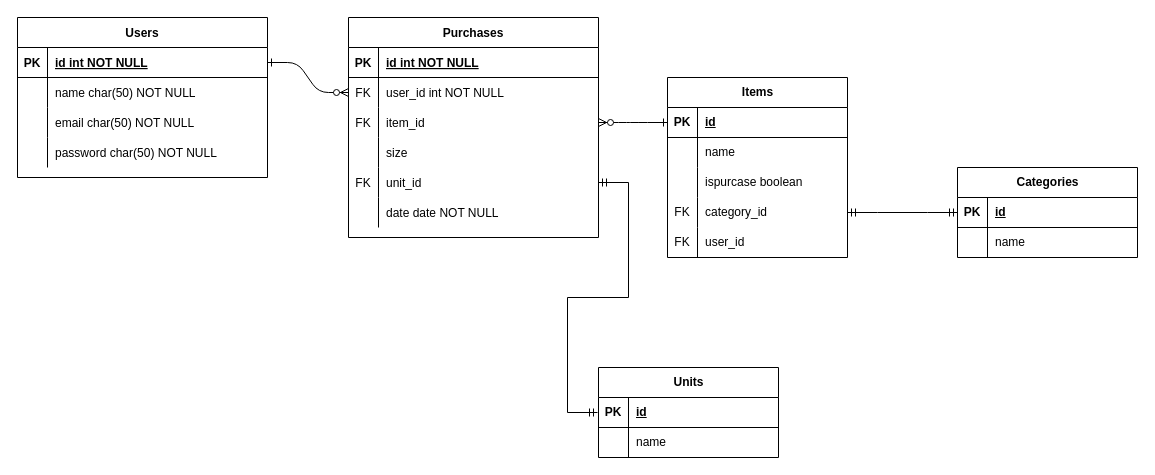
Earlier version of the draw.io diagram ER図.drawio (hideyukihu/kiraku). Source tidied: cells renumbered, new cells numbered last; positions are measured from the earlier drawing's top-left corner, leaving out a move shared by most shapes. Both pictures are drawn from the tidied source at 100%, with x=0, y=0 at pixel (17, 17).
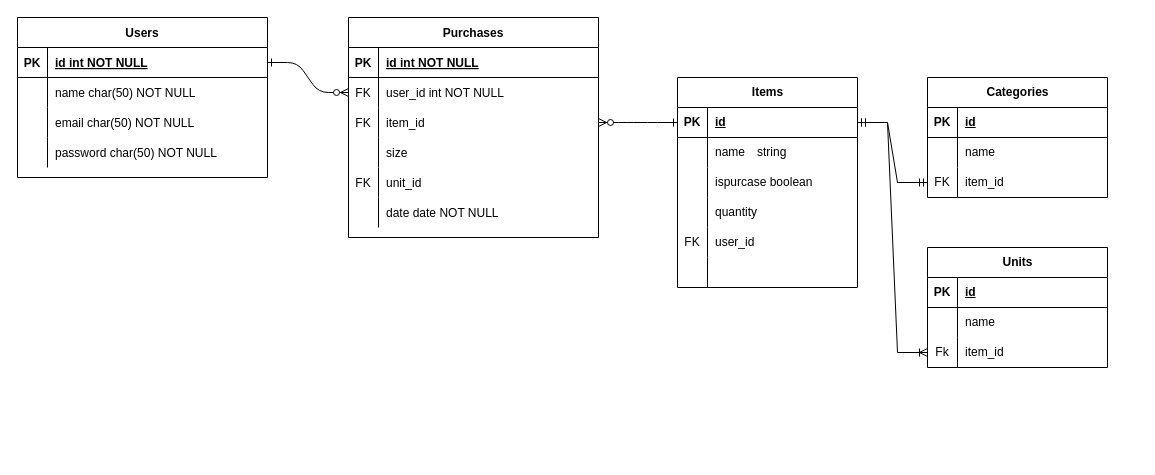
The same diagram, later.

The change refers to these unchanged cells:
```xml
<mxCell id="16" style="shape=partialRectangle;fillColor=none;points=[[0,0.5],[1,0.5]];portConstraint=eastwest;top=0;left=0;right=0;bottom=0;" parent="3" vertex="1">
  <mxGeometry y="150" width="250" height="30" as="geometry" />
</mxCell>
<mxCell id="36" style="shape=tableRow;horizontal=0;startSize=0;swimlaneHead=0;swimlaneBody=0;fillColor=none;points=[[0,0.5],[1,0.5]];portConstraint=eastwest;top=0;left=0;right=0;bottom=1;" parent="35" vertex="1">
  <mxGeometry y="30" width="180" height="30" as="geometry" />
</mxCell>
<mxCell id="39" style="shape=tableRow;horizontal=0;startSize=0;swimlaneHead=0;swimlaneBody=0;fillColor=none;top=0;left=0;right=0;bottom=0;" parent="35" vertex="1">
  <mxGeometry y="60" width="180" height="30" as="geometry" />
</mxCell>
<mxCell id="45" style="shape=tableRow;horizontal=0;startSize=0;swimlaneHead=0;swimlaneBody=0;fillColor=none;points=[[0,0.5],[1,0.5]];portConstraint=eastwest;top=0;left=0;right=0;bottom=0;" parent="35" vertex="1">
  <mxGeometry y="120" width="180" height="30" as="geometry" />
</mxCell>
<mxCell id="60" style="shape=tableRow;horizontal=0;startSize=0;swimlaneHead=0;swimlaneBody=0;fillColor=none;points=[[0,0.5],[1,0.5]];portConstraint=eastwest;top=0;left=0;right=0;bottom=1;" parent="59" vertex="1">
  <mxGeometry y="30" width="180" height="30" as="geometry" />
</mxCell>
```

Change to the diagram source:
```diff
@@
     <mxCell id="35" value="Items" style="shape=table;startSize=30;childLayout=tableLayout;rowLines=0;fontStyle=1;align=center;html=1;" parent="1" vertex="1">
-      <mxGeometry x="650" y="60" width="180" height="180" as="geometry" />
+      <mxGeometry x="660" y="60" width="180" height="210" as="geometry" />
     </mxCell>
@@
-    <mxCell id="41" value="name" style="shape=partialRectangle;fillColor=none;top=0;left=0;bottom=0;right=0;align=left;spacingLeft=6;overflow=hidden;whiteSpace=wrap;html=1;" parent="39" vertex="1">
+    <mxCell id="41" value="name　string" style="shape=partialRectangle;fillColor=none;top=0;left=0;bottom=0;right=0;align=left;spacingLeft=6;overflow=hidden;whiteSpace=wrap;html=1;" parent="39" vertex="1">
       <mxGeometry x="30" width="150" height="30" as="geometry" />
     </mxCell>
@@
-    <mxCell id="46" value="FK" style="shape=partialRectangle;fillColor=none;top=0;left=0;bottom=0;right=0;overflow=hidden;whiteSpace=wrap;html=1;" parent="45" vertex="1">
-      <mxGeometry width="30" height="30" as="geometry" />
-    </mxCell>
-    <mxCell id="47" value="category_id" style="shape=partialRectangle;fillColor=none;top=0;left=0;bottom=0;right=0;align=left;spacingLeft=6;overflow=hidden;whiteSpace=wrap;html=1;" parent="45" vertex="1">
-      <mxGeometry x="30" width="150" height="30" as="geometry" />
-    </mxCell>
+    <mxCell id="68" style="shape=partialRectangle;fillColor=none;top=0;left=0;bottom=0;right=0;overflow=hidden;whiteSpace=wrap;html=1;" parent="45" vertex="1">
+      <mxGeometry width="30" height="30" as="geometry" />
+    </mxCell>
+    <mxCell id="69" value="quantity" style="shape=partialRectangle;fillColor=none;top=0;left=0;bottom=0;right=0;align=left;spacingLeft=6;overflow=hidden;whiteSpace=wrap;html=1;" parent="45" vertex="1">
+      <mxGeometry x="30" width="150" height="30" as="geometry" />
+    </mxCell>
@@
+    <mxCell id="70" style="shape=tableRow;horizontal=0;startSize=0;swimlaneHead=0;swimlaneBody=0;fillColor=none;top=0;left=0;right=0;bottom=0;" parent="35" vertex="1">
+      <mxGeometry y="180" width="180" height="30" as="geometry" />
+    </mxCell>
+    <mxCell id="71" style="shape=partialRectangle;fillColor=none;top=0;left=0;bottom=0;right=0;overflow=hidden;whiteSpace=wrap;html=1;" parent="70" vertex="1">
+      <mxGeometry width="30" height="30" as="geometry" />
+    </mxCell>
+    <mxCell id="72" style="shape=partialRectangle;fillColor=none;top=0;left=0;bottom=0;right=0;align=left;spacingLeft=6;overflow=hidden;whiteSpace=wrap;html=1;" parent="70" vertex="1">
+      <mxGeometry x="30" width="150" height="30" as="geometry" />
+    </mxCell>
     <mxCell id="51" value="Units" style="shape=table;startSize=30;childLayout=tableLayout;rowLines=0;fontStyle=1;align=center;html=1;" parent="1" vertex="1">
-      <mxGeometry x="581" y="350" width="180" height="90" as="geometry" />
+      <mxGeometry x="910" y="230" width="180" height="120" as="geometry" />
     </mxCell>
@@
-    <mxCell id="58" style="edgeStyle=entityRelationEdgeStyle;fontSize=12;html=1;endArrow=ERmandOne;startArrow=ERmandOne;rounded=0;exitX=1;exitY=0.5;exitDx=0;exitDy=0;" parent="1" edge="1" source="16">
-      <mxGeometry relative="1" as="geometry">
-        <mxPoint x="580" y="395" as="targetPoint" />
-      </mxGeometry>
-    </mxCell>
+    <mxCell id="73" style="shape=tableRow;horizontal=0;startSize=0;swimlaneHead=0;swimlaneBody=0;fillColor=none;points=[[0,0.5],[1,0.5]];portConstraint=eastwest;top=0;left=0;right=0;bottom=0;" parent="51" vertex="1">
+      <mxGeometry y="90" width="180" height="30" as="geometry" />
+    </mxCell>
+    <mxCell id="74" value="Fk" style="shape=partialRectangle;fillColor=none;top=0;left=0;bottom=0;right=0;overflow=hidden;whiteSpace=wrap;html=1;" parent="73" vertex="1">
+      <mxGeometry width="30" height="30" as="geometry" />
+    </mxCell>
+    <mxCell id="75" value="item_id" style="shape=partialRectangle;fillColor=none;top=0;left=0;bottom=0;right=0;align=left;spacingLeft=6;overflow=hidden;whiteSpace=wrap;html=1;" parent="73" vertex="1">
+      <mxGeometry x="30" width="150" height="30" as="geometry" />
+    </mxCell>
     <mxCell id="59" value="Categories" style="shape=table;startSize=30;childLayout=tableLayout;rowLines=0;fontStyle=1;align=center;html=1;" parent="1" vertex="1">
-      <mxGeometry x="940" y="150" width="180" height="90" as="geometry" />
+      <mxGeometry x="910" y="60" width="180" height="120" as="geometry" />
     </mxCell>
@@
+    <mxCell id="76" style="shape=tableRow;horizontal=0;startSize=0;swimlaneHead=0;swimlaneBody=0;fillColor=none;points=[[0,0.5],[1,0.5]];portConstraint=eastwest;top=0;left=0;right=0;bottom=0;" parent="59" vertex="1">
+      <mxGeometry y="90" width="180" height="30" as="geometry" />
+    </mxCell>
+    <mxCell id="46" value="FK" style="shape=partialRectangle;fillColor=none;top=0;left=0;bottom=0;right=0;overflow=hidden;whiteSpace=wrap;html=1;" parent="76" vertex="1">
+      <mxGeometry width="30" height="30" as="geometry" />
+    </mxCell>
+    <mxCell id="77" value="item_id" style="shape=partialRectangle;fillColor=none;top=0;left=0;bottom=0;right=0;align=left;spacingLeft=6;overflow=hidden;whiteSpace=wrap;html=1;" parent="76" vertex="1">
+      <mxGeometry x="30" width="150" height="30" as="geometry" />
+    </mxCell>
-    <mxCell id="66" style="edgeStyle=entityRelationEdgeStyle;fontSize=12;html=1;endArrow=ERmandOne;startArrow=ERmandOne;rounded=0;" parent="1" edge="1" source="45" target="60">
+    <mxCell id="66" style="edgeStyle=entityRelationEdgeStyle;fontSize=12;html=1;endArrow=ERmandOne;startArrow=ERmandOne;rounded=0;entryX=0;entryY=0.5;entryDx=0;entryDy=0;exitX=1;exitY=0.5;exitDx=0;exitDy=0;" parent="1" edge="1" source="36" target="76">
       <mxGeometry relative="1" as="geometry" />
     </mxCell>
@@
+    <mxCell id="78" style="edgeStyle=entityRelationEdgeStyle;fontSize=12;html=1;endArrow=ERoneToMany;startArrow=ERmandOne;rounded=0;exitX=1;exitY=0.5;exitDx=0;exitDy=0;entryX=0;entryY=0.5;entryDx=0;entryDy=0;" parent="1" edge="1" source="36" target="73">
+      <mxGeometry relative="1" as="geometry" />
+    </mxCell>
```
